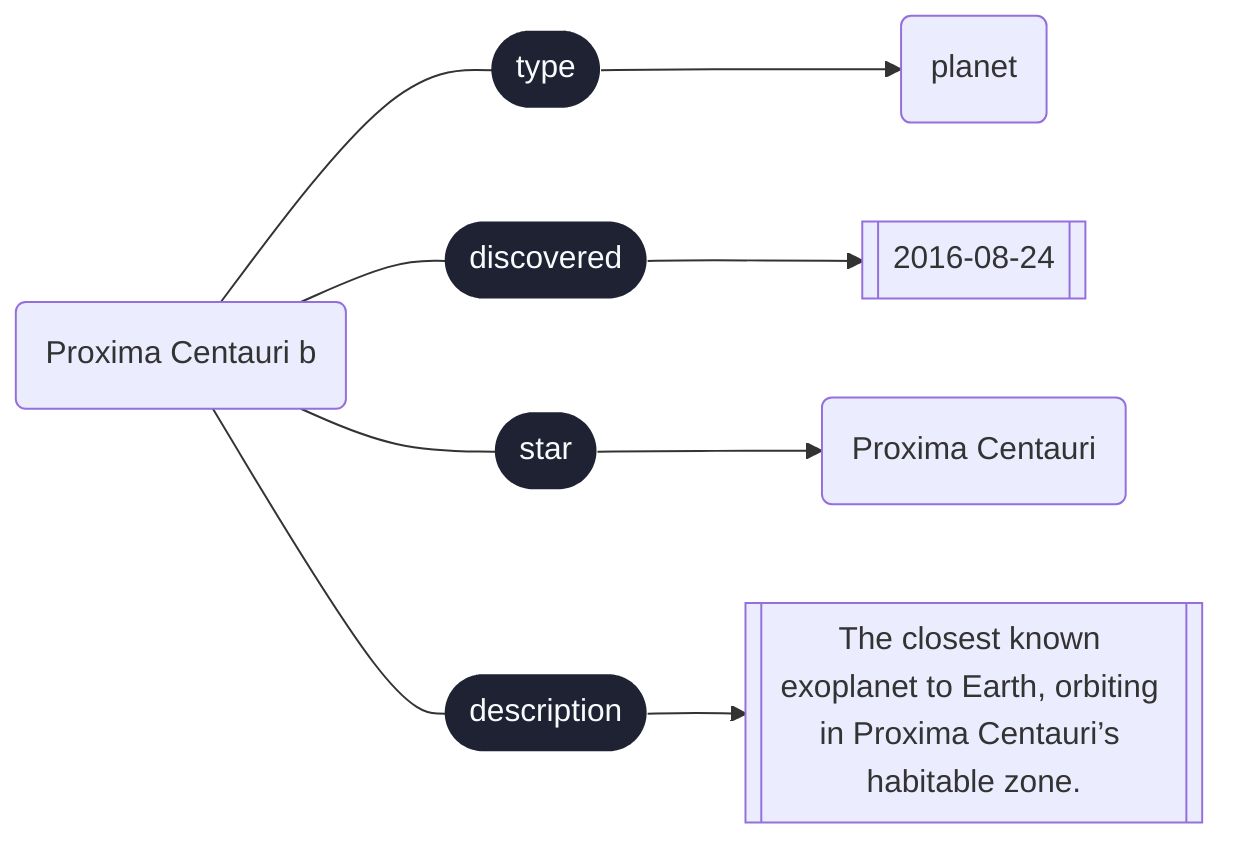
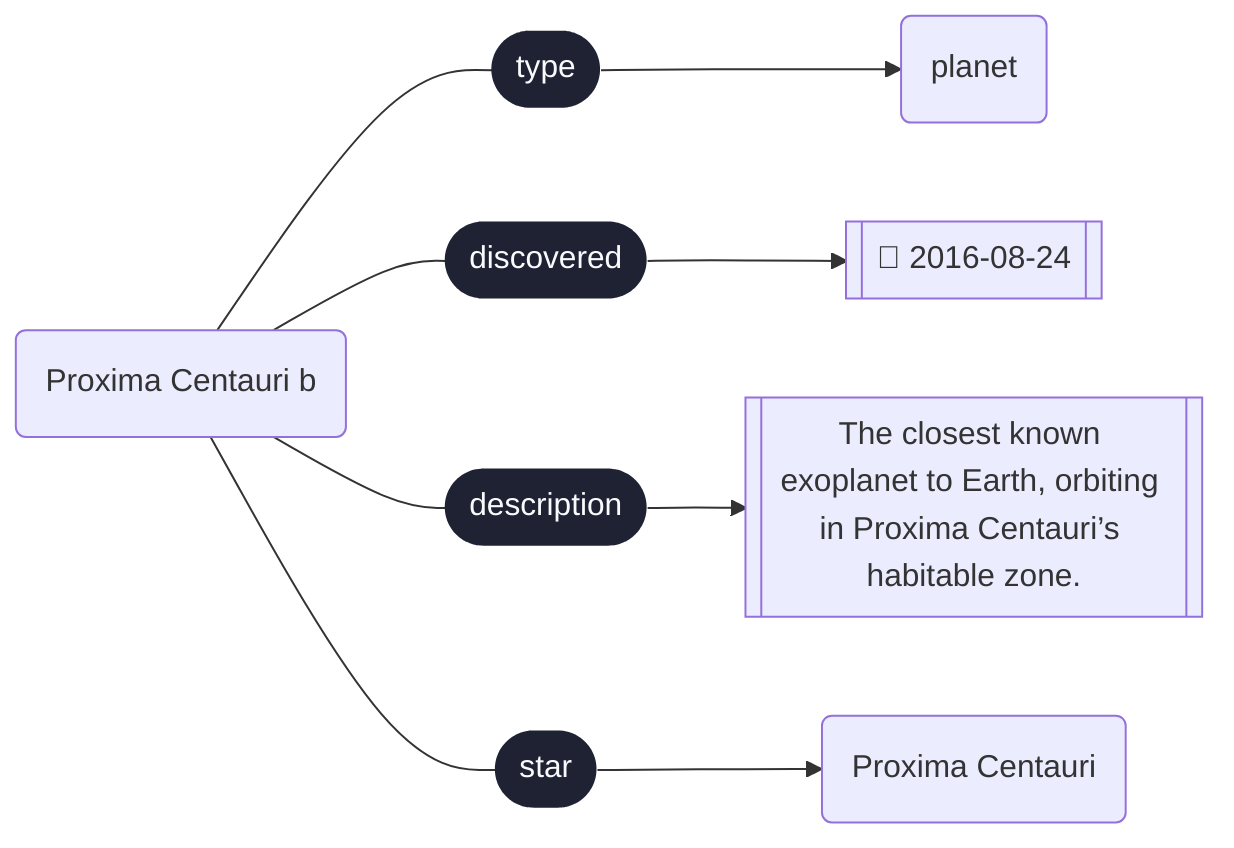
graph LR
  http___dbpedia_org_resource_Proxima_Centauri_b("Proxima Centauri b")
  click http___dbpedia_org_resource_Proxima_Centauri_b "http://dbpedia.org/resource/Proxima_Centauri_b"
  http___dbpedia_org_ontology_Planet("planet")
  click http___dbpedia_org_ontology_Planet "http://dbpedia.org/ontology/Planet"
-   Literal_27f67571cab3[["2016-08-24"]]
+   Literal_27f67571cab3[["📅 2016-08-24"]]
+   Literal_60f6527b948d[["The closest known exoplanet to Earth, orbiting in Proxima Centauri’s habitable zone."]]
  http___dbpedia_org_resource_Proxima_Centauri("Proxima Centauri")
  click http___dbpedia_org_resource_Proxima_Centauri "http://dbpedia.org/resource/Proxima_Centauri"
-   Literal_60f6527b948d[["The closest known exoplanet to Earth, orbiting in Proxima Centauri’s habitable zone."]]
  http___dbpedia_org_resource_Proxima_Centauri_b --- Edge_540e00cae247(["type"])--> http___dbpedia_org_ontology_Planet
  click Edge_540e00cae247 "http://www.w3.org/1999/02/22-rdf-syntax-ns#type"
  http___dbpedia_org_resource_Proxima_Centauri_b --- Edge_a0efd4f3aa3e(["discovered"])--> Literal_27f67571cab3
  click Edge_a0efd4f3aa3e "http://dbpedia.org/property/discovered"
+   http___dbpedia_org_resource_Proxima_Centauri_b --- Edge_29580035684f(["description"])--> Literal_60f6527b948d
+   click Edge_29580035684f "https://schema.org/description"
  http___dbpedia_org_resource_Proxima_Centauri_b --- Edge_d03b11f4404f(["star"])--> http___dbpedia_org_resource_Proxima_Centauri
  click Edge_d03b11f4404f "http://dbpedia.org/property/star"
-   http___dbpedia_org_resource_Proxima_Centauri_b --- Edge_29580035684f(["description"])--> Literal_60f6527b948d
-   click Edge_29580035684f "https://schema.org/description"
  classDef predicate fill:#1f2233,stroke:transparent,color:#f8fafc,stroke-width:0px;
  classDef hidden fill:transparent,stroke:transparent,color:transparent,stroke-width:0px;
  classDef nanopubdot fill:#0f172a,stroke:#0f172a,color:transparent,stroke-width:2px;
  classDef transparent fill:transparent,stroke:transparent,color:transparent,stroke-width:0px;
-   class Edge_540e00cae247,Edge_a0efd4f3aa3e,Edge_d03b11f4404f,Edge_29580035684f predicate
+   class Edge_540e00cae247,Edge_a0efd4f3aa3e,Edge_29580035684f,Edge_d03b11f4404f predicate
